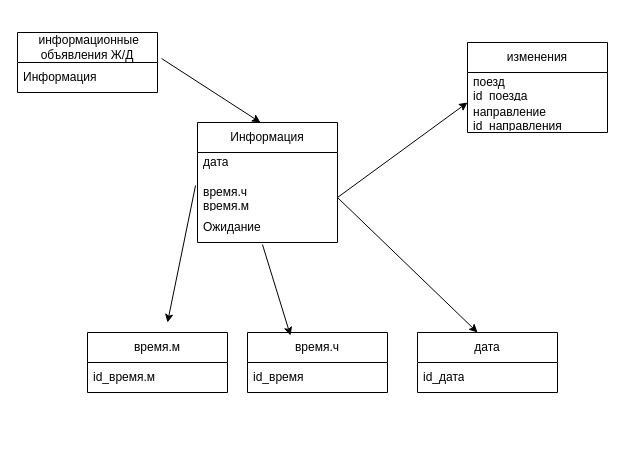
Danila7926/Algoritmkukushkin keeps this draw.io diagram as page "Страница — 9" (9 of 9) of Диаграмма без названия.drawio. Above is the earlier version. Source tidied: cells renumbered, new cells numbered last; positions are measured from the earlier drawing's top-left corner, leaving out a move shared by most shapes. Both pictures are drawn from the tidied source at 100%, with x=0, y=0 at pixel (17, 32).
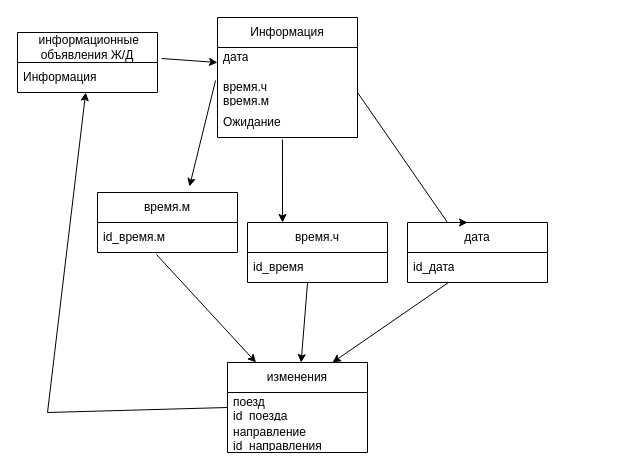
The same page after the edit.

The change refers to these unchanged cells:
```xml
<mxCell id="3" value="Информация" style="text;strokeColor=none;fillColor=none;align=left;verticalAlign=middle;spacingLeft=4;spacingRight=4;overflow=hidden;points=[[0,0.5],[1,0.5]];portConstraint=eastwest;whiteSpace=wrap;html=1;" parent="2" vertex="1">
  <mxGeometry y="30" width="140" height="30" as="geometry" />
</mxCell>
<mxCell id="6" value="дата&lt;div&gt;&lt;br&gt;&lt;/div&gt;" style="text;strokeColor=none;fillColor=none;align=left;verticalAlign=middle;spacingLeft=4;spacingRight=4;overflow=hidden;points=[[0,0.5],[1,0.5]];portConstraint=eastwest;whiteSpace=wrap;html=1;" parent="5" vertex="1">
  <mxGeometry y="30" width="140" height="30" as="geometry" />
</mxCell>
<mxCell id="7" value="время.ч&lt;div&gt;время.м&lt;/div&gt;" style="text;strokeColor=none;fillColor=none;align=left;verticalAlign=middle;spacingLeft=4;spacingRight=4;overflow=hidden;points=[[0,0.5],[1,0.5]];portConstraint=eastwest;whiteSpace=wrap;html=1;" parent="5" vertex="1">
  <mxGeometry y="60" width="140" height="30" as="geometry" />
</mxCell>
<mxCell id="8" value="Ожидание" style="text;strokeColor=none;fillColor=none;align=left;verticalAlign=middle;spacingLeft=4;spacingRight=4;overflow=hidden;points=[[0,0.5],[1,0.5]];portConstraint=eastwest;whiteSpace=wrap;html=1;" parent="5" vertex="1">
  <mxGeometry y="90" width="140" height="30" as="geometry" />
</mxCell>
<mxCell id="11" value="поезд&lt;div&gt;id_поезда&lt;/div&gt;" style="text;strokeColor=none;fillColor=none;align=left;verticalAlign=middle;spacingLeft=4;spacingRight=4;overflow=hidden;points=[[0,0.5],[1,0.5]];portConstraint=eastwest;whiteSpace=wrap;html=1;" parent="10" vertex="1">
  <mxGeometry y="30" width="140" height="30" as="geometry" />
</mxCell>
<mxCell id="14" value="id_время" style="text;strokeColor=none;fillColor=none;align=left;verticalAlign=middle;spacingLeft=4;spacingRight=4;overflow=hidden;points=[[0,0.5],[1,0.5]];portConstraint=eastwest;whiteSpace=wrap;html=1;" parent="13" vertex="1">
  <mxGeometry y="30" width="140" height="30" as="geometry" />
</mxCell>
<mxCell id="16" value="id_дата" style="text;strokeColor=none;fillColor=none;align=left;verticalAlign=middle;spacingLeft=4;spacingRight=4;overflow=hidden;points=[[0,0.5],[1,0.5]];portConstraint=eastwest;whiteSpace=wrap;html=1;" parent="15" vertex="1">
  <mxGeometry y="30" width="140" height="30" as="geometry" />
</mxCell>
<mxCell id="19" value="id_время.м" style="text;strokeColor=none;fillColor=none;align=left;verticalAlign=middle;spacingLeft=4;spacingRight=4;overflow=hidden;points=[[0,0.5],[1,0.5]];portConstraint=eastwest;whiteSpace=wrap;html=1;" parent="18" vertex="1">
  <mxGeometry y="30" width="140" height="30" as="geometry" />
</mxCell>
```

Diff of the diagram source:
```diff
@@
-    <mxCell id="4" style="endArrow=classic;html=1;rounded=0;exitX=1.029;exitY=-0.133;exitDx=0;exitDy=0;exitPerimeter=0;entryX=0.45;entryY=0;entryDx=0;entryDy=0;entryPerimeter=0;" parent="1" edge="1" source="3" target="5">
+    <mxCell id="4" style="endArrow=classic;html=1;rounded=0;exitX=1.029;exitY=-0.133;exitDx=0;exitDy=0;exitPerimeter=0;entryX=0;entryY=0.5;entryDx=0;entryDy=0;" parent="1" edge="1" source="3" target="6">
       <mxGeometry relative="1" as="geometry" />
     </mxCell>
     <mxCell id="5" value="Информация" style="swimlane;fontStyle=0;horizontal=1;startSize=30;whiteSpace=wrap;html=1;" parent="1" vertex="1">
-      <mxGeometry x="180" y="90" width="140" height="120" as="geometry" />
+      <mxGeometry x="200" y="-15" width="140" height="120" as="geometry" />
     </mxCell>
@@
-    <mxCell id="9" style="endArrow=classic;html=1;rounded=0;exitX=1;exitY=0.5;exitDx=0;exitDy=0;" parent="1" edge="1" source="7">
-      <mxGeometry relative="1" as="geometry">
-        <mxPoint x="450" y="70" as="targetPoint" />
-      </mxGeometry>
-    </mxCell>
     <mxCell id="10" value="изменения" style="swimlane;fontStyle=0;horizontal=1;startSize=30;whiteSpace=wrap;html=1;" parent="1" vertex="1">
-      <mxGeometry x="450" y="10" width="140" height="90" as="geometry" />
+      <mxGeometry x="210" y="330" width="140" height="90" as="geometry" />
     </mxCell>
@@
     <mxCell id="13" value="время.ч" style="swimlane;fontStyle=0;horizontal=1;startSize=30;whiteSpace=wrap;html=1;" parent="1" vertex="1">
-      <mxGeometry x="230" y="300" width="140" height="60" as="geometry" />
+      <mxGeometry x="230" y="190" width="140" height="60" as="geometry" />
     </mxCell>
@@
     <mxCell id="15" value="дата" style="swimlane;fontStyle=0;horizontal=1;startSize=30;whiteSpace=wrap;html=1;" parent="1" vertex="1">
-      <mxGeometry x="400" y="300" width="140" height="60" as="geometry" />
+      <mxGeometry x="390" y="190" width="140" height="60" as="geometry" />
     </mxCell>
@@
-    <mxCell id="17" style="endArrow=classic;html=1;rounded=0;exitX=-0.014;exitY=0.1;exitDx=0;exitDy=0;exitPerimeter=0;" parent="1" edge="1" source="7">
-      <mxGeometry relative="1" as="geometry">
-        <mxPoint x="150" y="290" as="targetPoint" />
-      </mxGeometry>
+    <mxCell id="17" style="endArrow=classic;html=1;rounded=0;exitX=-0.014;exitY=0.1;exitDx=0;exitDy=0;exitPerimeter=0;entryX=0.657;entryY=-0.1;entryDx=0;entryDy=0;entryPerimeter=0;" parent="1" edge="1" source="7" target="18">
+      <mxGeometry relative="1" as="geometry" />
     </mxCell>
     <mxCell id="18" value="время.м" style="swimlane;fontStyle=0;horizontal=1;startSize=30;whiteSpace=wrap;html=1;" parent="1" vertex="1">
-      <mxGeometry x="70" y="300" width="140" height="60" as="geometry" />
+      <mxGeometry x="80" y="160" width="140" height="60" as="geometry" />
     </mxCell>
@@
-    <mxCell id="20" style="endArrow=classic;html=1;rounded=0;exitX=0.464;exitY=1.067;exitDx=0;exitDy=0;exitPerimeter=0;entryX=0.307;entryY=0.05;entryDx=0;entryDy=0;entryPerimeter=0;" parent="1" edge="1" source="8" target="13">
+    <mxCell id="20" style="endArrow=classic;html=1;rounded=0;exitX=0.464;exitY=1.067;exitDx=0;exitDy=0;exitPerimeter=0;entryX=0.25;entryY=0;entryDx=0;entryDy=0;" parent="1" edge="1" source="8" target="13">
       <mxGeometry relative="1" as="geometry" />
     </mxCell>
     <mxCell id="21" style="endArrow=classic;html=1;rounded=0;exitX=1;exitY=0.5;exitDx=0;exitDy=0;entryX=0.429;entryY=0;entryDx=0;entryDy=0;entryPerimeter=0;" parent="1" edge="1" source="7" target="15">
-      <mxGeometry relative="1" as="geometry" />
+      <mxGeometry relative="1" as="geometry">
+        <Array as="points">
+          <mxPoint x="430" y="190" />
+        </Array>
+      </mxGeometry>
     </mxCell>
+    <mxCell id="22" style="endArrow=classic;html=1;rounded=0;exitX=0.421;exitY=1.067;exitDx=0;exitDy=0;exitPerimeter=0;" parent="1" edge="1" source="19" target="10">
+      <mxGeometry relative="1" as="geometry" />
+    </mxCell>
+    <mxCell id="23" style="endArrow=classic;html=1;rounded=0;exitX=0.429;exitY=1;exitDx=0;exitDy=0;exitPerimeter=0;" parent="1" edge="1" source="14" target="10">
+      <mxGeometry relative="1" as="geometry" />
+    </mxCell>
+    <mxCell id="24" style="endArrow=classic;html=1;rounded=0;exitX=0.293;exitY=1;exitDx=0;exitDy=0;exitPerimeter=0;entryX=0.75;entryY=0;entryDx=0;entryDy=0;" parent="1" edge="1" source="16" target="10">
+      <mxGeometry relative="1" as="geometry" />
+    </mxCell>
+    <mxCell id="25" style="endArrow=classic;html=1;rounded=0;exitX=0;exitY=0.5;exitDx=0;exitDy=0;" parent="1" edge="1" source="11" target="3">
+      <mxGeometry relative="1" as="geometry">
+        <Array as="points">
+          <mxPoint x="30" y="380" />
+        </Array>
+      </mxGeometry>
+    </mxCell>
```
